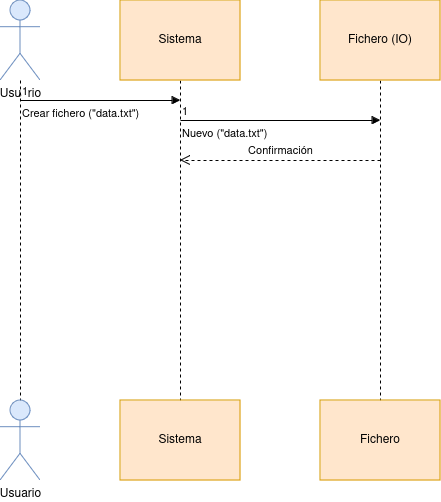
eduardosmoralesglez/Proyecto-UCAs keeps this draw.io diagram as docs/diseno/Diagrama-de-secuencias.png. Above is the earlier version. Source tidied: cells renumbered, new cells last; positions are measured from the earlier drawing's top-left corner, leaving out a move shared by most shapes.
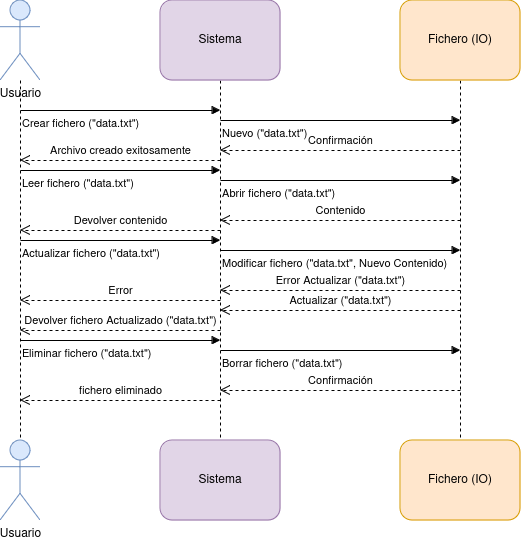
Above is the later version.

Change to the diagram source:
```diff
@@ -5,53 +5,137 @@
     <mxCell id="2" style="edgeStyle=orthogonalEdgeStyle;rounded=0;jettySize=auto;html=1;endArrow=none;startFill=0;dashed=1;" parent="1" edge="1" source="3" target="4">
       <mxGeometry relative="1" as="geometry" />
     </mxCell>
-    <mxCell id="3" value="Usuario" style="shape=umlActor;verticalLabelPosition=bottom;verticalAlign=top;html=1;fillColor=#dae8fc;strokeColor=#6c8ebf;" parent="1" vertex="1">
-      <mxGeometry width="40" height="80" as="geometry" />
+    <mxCell id="3" value="Usuario" style="shape=umlActor;verticalLabelPosition=bottom;verticalAlign=top;html=1;fillColor=#dae8fc;strokeColor=#6c8ebf;shadow=0;" parent="1" vertex="1">
+      <mxGeometry x="120" width="40" height="80" as="geometry" />
     </mxCell>
     <mxCell id="4" value="Usuario" style="shape=umlActor;verticalLabelPosition=bottom;verticalAlign=top;html=1;fillColor=#dae8fc;strokeColor=#6c8ebf;" parent="1" vertex="1">
-      <mxGeometry y="400" width="40" height="80" as="geometry" />
+      <mxGeometry x="120" y="440" width="40" height="80" as="geometry" />
     </mxCell>
     <mxCell id="5" style="edgeStyle=orthogonalEdgeStyle;rounded=0;jettySize=auto;html=1;endArrow=none;startFill=0;dashed=1;" parent="1" edge="1" source="6" target="9">
       <mxGeometry relative="1" as="geometry" />
     </mxCell>
-    <mxCell id="6" value="Sistema" style="html=1;whiteSpace=wrap;fillColor=#ffe6cc;strokeColor=#d79b00;" parent="1" vertex="1">
-      <mxGeometry x="120" width="120" height="80" as="geometry" />
+    <mxCell id="6" value="Sistema" style="html=1;whiteSpace=wrap;fillColor=#e1d5e7;strokeColor=#9673a6;rounded=1;shadow=0;glass=0;" parent="1" vertex="1">
+      <mxGeometry x="280" width="120" height="80" as="geometry" />
     </mxCell>
     <mxCell id="7" style="edgeStyle=orthogonalEdgeStyle;rounded=0;jettySize=auto;html=1;endArrow=none;startFill=0;dashed=1;" parent="1" edge="1" source="8" target="10">
       <mxGeometry relative="1" as="geometry" />
     </mxCell>
-    <mxCell id="8" value="Fichero (IO)" style="html=1;whiteSpace=wrap;fillColor=#ffe6cc;strokeColor=#d79b00;" parent="1" vertex="1">
-      <mxGeometry x="320" width="120" height="80" as="geometry" />
+    <mxCell id="8" value="Fichero (IO)" style="html=1;whiteSpace=wrap;fillColor=#ffe6cc;strokeColor=#d79b00;glass=0;rounded=1;" parent="1" vertex="1">
+      <mxGeometry x="520" width="120" height="80" as="geometry" />
     </mxCell>
-    <mxCell id="9" value="Sistema" style="html=1;whiteSpace=wrap;fillColor=#ffe6cc;strokeColor=#d79b00;" parent="1" vertex="1">
-      <mxGeometry x="120" y="400" width="120" height="80" as="geometry" />
+    <mxCell id="9" value="Sistema" style="html=1;whiteSpace=wrap;fillColor=#e1d5e7;strokeColor=#9673a6;rounded=1;" parent="1" vertex="1">
+      <mxGeometry x="280" y="440" width="120" height="80" as="geometry" />
     </mxCell>
-    <mxCell id="10" value="Fichero" style="html=1;whiteSpace=wrap;fillColor=#ffe6cc;strokeColor=#d79b00;" parent="1" vertex="1">
-      <mxGeometry x="320" y="400" width="120" height="80" as="geometry" />
+    <mxCell id="10" value="Fichero (IO)" style="html=1;whiteSpace=wrap;fillColor=#ffe6cc;strokeColor=#d79b00;rounded=1;" parent="1" vertex="1">
+      <mxGeometry x="520" y="440" width="120" height="80" as="geometry" />
     </mxCell>
     <mxCell id="11" value="Crear fichero (&quot;data.txt&quot;)" style="endArrow=block;endFill=1;html=1;edgeStyle=orthogonalEdgeStyle;align=left;verticalAlign=top;rounded=0;" parent="1" edge="1">
       <mxGeometry x="-1" relative="1" as="geometry">
-        <mxPoint x="20" y="100" as="sourcePoint" />
-        <mxPoint x="180" y="100" as="targetPoint" />
+        <mxPoint x="140" y="110" as="sourcePoint" />
+        <mxPoint x="340" y="110" as="targetPoint" />
       </mxGeometry>
     </mxCell>
-    <mxCell id="12" value="1" style="edgeLabel;html=1;align=left;verticalAlign=bottom;" parent="11" vertex="1">
-      <mxGeometry x="-1" relative="1" as="geometry" />
-    </mxCell>
     <mxCell id="13" value="Nuevo (&quot;data.txt&quot;)" style="endArrow=block;endFill=1;html=1;edgeStyle=orthogonalEdgeStyle;align=left;verticalAlign=top;rounded=0;" parent="1" edge="1">
       <mxGeometry x="-1" relative="1" as="geometry">
-        <mxPoint x="180" y="120" as="sourcePoint" />
-        <mxPoint x="380" y="120" as="targetPoint" />
+        <mxPoint x="340" y="120" as="sourcePoint" />
+        <mxPoint x="580" y="120" as="targetPoint" />
       </mxGeometry>
     </mxCell>
-    <mxCell id="14" value="1" style="edgeLabel;html=1;align=left;verticalAlign=bottom;" parent="13" vertex="1">
-      <mxGeometry x="-1" relative="1" as="geometry" />
-    </mxCell>
     <mxCell id="15" value="Confirmación" style="html=1;verticalAlign=bottom;endArrow=open;dashed=1;endSize=8;curved=0;rounded=0;" parent="1" edge="1">
       <mxGeometry relative="1" as="geometry">
-        <mxPoint x="380" y="160" as="sourcePoint" />
-        <mxPoint x="180" y="160" as="targetPoint" />
+        <mxPoint x="580" y="150" as="sourcePoint" />
+        <mxPoint x="340" y="150" as="targetPoint" />
       </mxGeometry>
     </mxCell>
+    <mxCell id="16" value="Archivo creado exitosamente" style="html=1;verticalAlign=bottom;endArrow=open;dashed=1;endSize=8;curved=0;rounded=0;" parent="1" edge="1">
+      <mxGeometry relative="1" as="geometry">
+        <mxPoint x="340" y="160" as="sourcePoint" />
+        <mxPoint x="140" y="160" as="targetPoint" />
+      </mxGeometry>
+    </mxCell>
+    <mxCell id="17" value="Leer fichero (&quot;data.txt&quot;)" style="endArrow=block;endFill=1;html=1;edgeStyle=orthogonalEdgeStyle;align=left;verticalAlign=top;rounded=0;" parent="1" edge="1">
+      <mxGeometry x="-1" relative="1" as="geometry">
+        <mxPoint x="140" y="170" as="sourcePoint" />
+        <mxPoint x="340" y="170" as="targetPoint" />
+      </mxGeometry>
+    </mxCell>
+    <mxCell id="18" value="Abrir fichero (&quot;data.txt&quot;)" style="endArrow=block;endFill=1;html=1;edgeStyle=orthogonalEdgeStyle;align=left;verticalAlign=top;rounded=0;" parent="1" edge="1">
+      <mxGeometry x="-1" relative="1" as="geometry">
+        <mxPoint x="340" y="180" as="sourcePoint" />
+        <mxPoint x="580" y="180" as="targetPoint" />
+      </mxGeometry>
+    </mxCell>
+    <mxCell id="19" value="Contenido" style="html=1;verticalAlign=bottom;endArrow=open;dashed=1;endSize=8;curved=0;rounded=0;" parent="1" edge="1">
+      <mxGeometry relative="1" as="geometry">
+        <mxPoint x="580" y="220" as="sourcePoint" />
+        <mxPoint x="340" y="220" as="targetPoint" />
+      </mxGeometry>
+    </mxCell>
+    <mxCell id="20" value="Devolver contenido" style="html=1;verticalAlign=bottom;endArrow=open;dashed=1;endSize=8;curved=0;rounded=0;" parent="1" edge="1">
+      <mxGeometry relative="1" as="geometry">
+        <mxPoint x="340" y="230" as="sourcePoint" />
+        <mxPoint x="140" y="230" as="targetPoint" />
+      </mxGeometry>
+    </mxCell>
+    <mxCell id="21" value="Actualizar fichero (&quot;data.txt&quot;)" style="endArrow=block;endFill=1;html=1;edgeStyle=orthogonalEdgeStyle;align=left;verticalAlign=top;rounded=0;" parent="1" edge="1">
+      <mxGeometry x="-1" relative="1" as="geometry">
+        <mxPoint x="140" y="240" as="sourcePoint" />
+        <mxPoint x="340" y="240" as="targetPoint" />
+      </mxGeometry>
+    </mxCell>
+    <mxCell id="22" value="Modificar fichero (&quot;data.txt&quot;, Nuevo Contenido)" style="endArrow=block;endFill=1;html=1;edgeStyle=orthogonalEdgeStyle;align=left;verticalAlign=top;rounded=0;" parent="1" edge="1">
+      <mxGeometry x="-1" relative="1" as="geometry">
+        <mxPoint x="340" y="250" as="sourcePoint" />
+        <mxPoint x="580" y="250" as="targetPoint" />
+      </mxGeometry>
+    </mxCell>
+    <mxCell id="23" value="Error Actualizar (&quot;data.txt&quot;)" style="html=1;verticalAlign=bottom;endArrow=open;dashed=1;endSize=8;curved=0;rounded=0;" parent="1" edge="1">
+      <mxGeometry relative="1" as="geometry">
+        <mxPoint x="580" y="290" as="sourcePoint" />
+        <mxPoint x="340" y="290" as="targetPoint" />
+      </mxGeometry>
+    </mxCell>
+    <mxCell id="24" value="Actualizar (&quot;data.txt&quot;)" style="html=1;verticalAlign=bottom;endArrow=open;dashed=1;endSize=8;curved=0;rounded=0;" parent="1" edge="1">
+      <mxGeometry relative="1" as="geometry">
+        <mxPoint x="580" y="310" as="sourcePoint" />
+        <mxPoint x="340" y="310" as="targetPoint" />
+      </mxGeometry>
+    </mxCell>
+    <mxCell id="25" value="Devolver fichero Actualizado (&quot;data.txt&quot;)" style="html=1;verticalAlign=bottom;endArrow=open;dashed=1;endSize=8;curved=0;rounded=0;" parent="1" edge="1">
+      <mxGeometry relative="1" as="geometry">
+        <mxPoint x="340" y="330" as="sourcePoint" />
+        <mxPoint x="140" y="330" as="targetPoint" />
+      </mxGeometry>
+    </mxCell>
+    <mxCell id="26" value="Eliminar fichero (&quot;data.txt&quot;)" style="endArrow=block;endFill=1;html=1;edgeStyle=orthogonalEdgeStyle;align=left;verticalAlign=top;rounded=0;" parent="1" edge="1">
+      <mxGeometry x="-1" relative="1" as="geometry">
+        <mxPoint x="140" y="340" as="sourcePoint" />
+        <mxPoint x="340" y="340" as="targetPoint" />
+      </mxGeometry>
+    </mxCell>
+    <mxCell id="27" value="Borrar fichero (&quot;data.txt&quot;)" style="endArrow=block;endFill=1;html=1;edgeStyle=orthogonalEdgeStyle;align=left;verticalAlign=top;rounded=0;" parent="1" edge="1">
+      <mxGeometry x="-1" relative="1" as="geometry">
+        <mxPoint x="340" y="350" as="sourcePoint" />
+        <mxPoint x="580" y="350" as="targetPoint" />
+      </mxGeometry>
+    </mxCell>
+    <mxCell id="28" value="Confirmación" style="html=1;verticalAlign=bottom;endArrow=open;dashed=1;endSize=8;curved=0;rounded=0;" parent="1" edge="1">
+      <mxGeometry relative="1" as="geometry">
+        <mxPoint x="580" y="390" as="sourcePoint" />
+        <mxPoint x="340" y="390" as="targetPoint" />
+      </mxGeometry>
+    </mxCell>
+    <mxCell id="29" value="fichero eliminado" style="html=1;verticalAlign=bottom;endArrow=open;dashed=1;endSize=8;curved=0;rounded=0;" parent="1" edge="1">
+      <mxGeometry relative="1" as="geometry">
+        <mxPoint x="340" y="400" as="sourcePoint" />
+        <mxPoint x="140" y="400" as="targetPoint" />
+      </mxGeometry>
+    </mxCell>
+    <mxCell id="30" value="Error" style="html=1;verticalAlign=bottom;endArrow=open;dashed=1;endSize=8;curved=0;rounded=0;" parent="1" edge="1">
+      <mxGeometry relative="1" as="geometry">
+        <mxPoint x="340" y="300" as="sourcePoint" />
+        <mxPoint x="140" y="300" as="targetPoint" />
+      </mxGeometry>
+    </mxCell>
   </root>
 </mxGraphModel>
```
